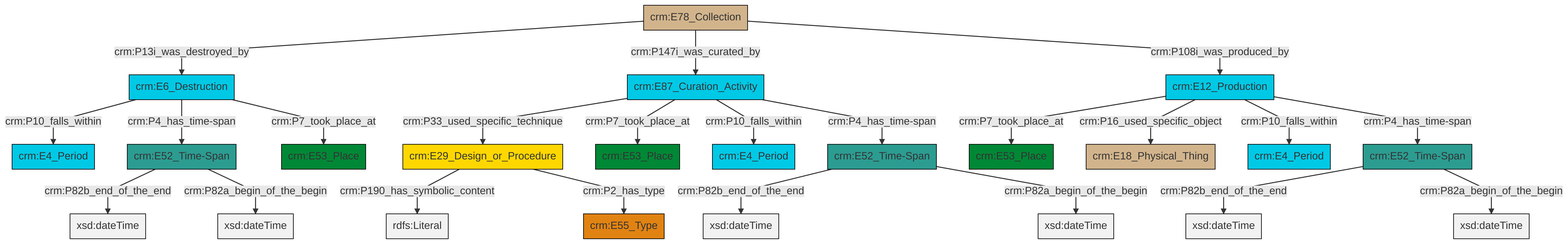
This is et/archivalCSV/ttl/mmd/png/archival_existence.png from swiss-art-research-net/docs.swissartresearch, a Mermaid export, as it was before one commit. Its source is kept beside it as et/archivalCSV/ttl/mmd/archival_existence.ttl.mmd.
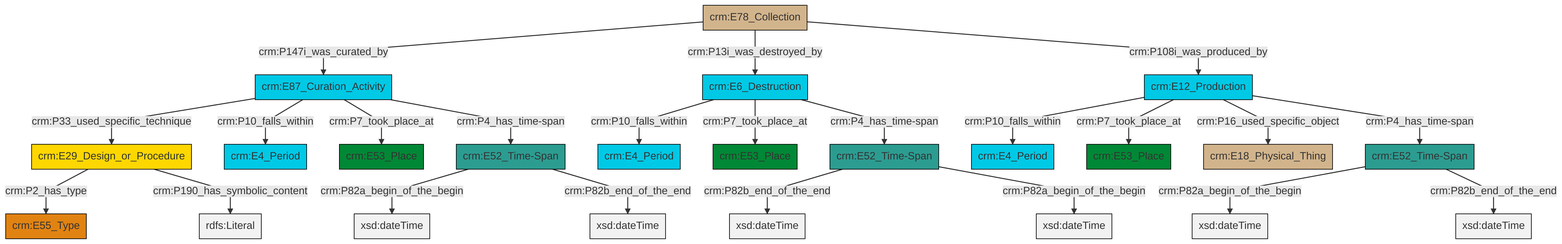
The same diagram one commit later.

What changed in the source:
```diff
@@ -13,25 +13,25 @@
 classDef PC_Classes fill:#4ce600, stroke:#000000;
 classDef Multi fill:#cccccc,stroke:#000000;
 
-0["crm:E52_Time-Span"]:::Time-Span -->|crm:P82b_end_of_the_end| 1[xsd:dateTime]:::Literal
-4["crm:E78_Collection"]:::Physical_Thing -->|crm:P13i_was_destroyed_by| 5["crm:E6_Destruction"]:::Temporal_Entity
-7["crm:E87_Curation_Activity"]:::Temporal_Entity -->|crm:P33_used_specific_technique| 8["crm:E29_Design_or_Procedure"]:::Conceptual_Object
-11["crm:E12_Production"]:::Temporal_Entity -->|crm:P7_took_place_at| 12["crm:E53_Place"]:::Place
-13["crm:E52_Time-Span"]:::Time-Span -->|crm:P82b_end_of_the_end| 14[xsd:dateTime]:::Literal
-5["crm:E6_Destruction"]:::Temporal_Entity -->|crm:P10_falls_within| 15["crm:E4_Period"]:::Temporal_Entity
-11["crm:E12_Production"]:::Temporal_Entity -->|crm:P16_used_specific_object| 9["crm:E18_Physical_Thing"]:::Physical_Thing
-13["crm:E52_Time-Span"]:::Time-Span -->|crm:P82a_begin_of_the_begin| 19[xsd:dateTime]:::Literal
-8["crm:E29_Design_or_Procedure"]:::Conceptual_Object -->|crm:P190_has_symbolic_content| 21[rdfs:Literal]:::Literal
-22["crm:E52_Time-Span"]:::Time-Span -->|crm:P82b_end_of_the_end| 29[xsd:dateTime]:::Literal
-7["crm:E87_Curation_Activity"]:::Temporal_Entity -->|crm:P7_took_place_at| 24["crm:E53_Place"]:::Place
-11["crm:E12_Production"]:::Temporal_Entity -->|crm:P10_falls_within| 30["crm:E4_Period"]:::Temporal_Entity
-0["crm:E52_Time-Span"]:::Time-Span -->|crm:P82a_begin_of_the_begin| 31[xsd:dateTime]:::Literal
-5["crm:E6_Destruction"]:::Temporal_Entity -->|crm:P4_has_time-span| 22["crm:E52_Time-Span"]:::Time-Span
-4["crm:E78_Collection"]:::Physical_Thing -->|crm:P147i_was_curated_by| 7["crm:E87_Curation_Activity"]:::Temporal_Entity
-11["crm:E12_Production"]:::Temporal_Entity -->|crm:P4_has_time-span| 13["crm:E52_Time-Span"]:::Time-Span
-8["crm:E29_Design_or_Procedure"]:::Conceptual_Object -->|crm:P2_has_type| 27["crm:E55_Type"]:::Type
-4["crm:E78_Collection"]:::Physical_Thing -->|crm:P108i_was_produced_by| 11["crm:E12_Production"]:::Temporal_Entity
-7["crm:E87_Curation_Activity"]:::Temporal_Entity -->|crm:P10_falls_within| 34["crm:E4_Period"]:::Temporal_Entity
-22["crm:E52_Time-Span"]:::Time-Span -->|crm:P82a_begin_of_the_begin| 37[xsd:dateTime]:::Literal
-7["crm:E87_Curation_Activity"]:::Temporal_Entity -->|crm:P4_has_time-span| 0["crm:E52_Time-Span"]:::Time-Span
-5["crm:E6_Destruction"]:::Temporal_Entity -->|crm:P7_took_place_at| 2["crm:E53_Place"]:::Place
+0["crm:E78_Collection"]:::Physical_Thing -->|crm:P147i_was_curated_by| 1["crm:E87_Curation_Activity"]:::Temporal_Entity
+4["crm:E52_Time-Span"]:::Time-Span -->|crm:P82b_end_of_the_end| 5[xsd:dateTime]:::Literal
+6["crm:E52_Time-Span"]:::Time-Span -->|crm:P82a_begin_of_the_begin| 7[xsd:dateTime]:::Literal
+8["crm:E6_Destruction"]:::Temporal_Entity -->|crm:P10_falls_within| 2["crm:E4_Period"]:::Temporal_Entity
+9["crm:E12_Production"]:::Temporal_Entity -->|crm:P10_falls_within| 10["crm:E4_Period"]:::Temporal_Entity
+11["crm:E52_Time-Span"]:::Time-Span -->|crm:P82a_begin_of_the_begin| 12[xsd:dateTime]:::Literal
+13["crm:E29_Design_or_Procedure"]:::Conceptual_Object -->|crm:P2_has_type| 14["crm:E55_Type"]:::Type
+11["crm:E52_Time-Span"]:::Time-Span -->|crm:P82b_end_of_the_end| 16[xsd:dateTime]:::Literal
+1["crm:E87_Curation_Activity"]:::Temporal_Entity -->|crm:P33_used_specific_technique| 13["crm:E29_Design_or_Procedure"]:::Conceptual_Object
+4["crm:E52_Time-Span"]:::Time-Span -->|crm:P82a_begin_of_the_begin| 17[xsd:dateTime]:::Literal
+9["crm:E12_Production"]:::Temporal_Entity -->|crm:P7_took_place_at| 19["crm:E53_Place"]:::Place
+9["crm:E12_Production"]:::Temporal_Entity -->|crm:P16_used_specific_object| 23["crm:E18_Physical_Thing"]:::Physical_Thing
+0["crm:E78_Collection"]:::Physical_Thing -->|crm:P13i_was_destroyed_by| 8["crm:E6_Destruction"]:::Temporal_Entity
+9["crm:E12_Production"]:::Temporal_Entity -->|crm:P4_has_time-span| 6["crm:E52_Time-Span"]:::Time-Span
+13["crm:E29_Design_or_Procedure"]:::Conceptual_Object -->|crm:P190_has_symbolic_content| 26[rdfs:Literal]:::Literal
+8["crm:E6_Destruction"]:::Temporal_Entity -->|crm:P7_took_place_at| 24["crm:E53_Place"]:::Place
+8["crm:E6_Destruction"]:::Temporal_Entity -->|crm:P4_has_time-span| 4["crm:E52_Time-Span"]:::Time-Span
+1["crm:E87_Curation_Activity"]:::Temporal_Entity -->|crm:P10_falls_within| 27["crm:E4_Period"]:::Temporal_Entity
+1["crm:E87_Curation_Activity"]:::Temporal_Entity -->|crm:P7_took_place_at| 30["crm:E53_Place"]:::Place
+6["crm:E52_Time-Span"]:::Time-Span -->|crm:P82b_end_of_the_end| 36[xsd:dateTime]:::Literal
+1["crm:E87_Curation_Activity"]:::Temporal_Entity -->|crm:P4_has_time-span| 11["crm:E52_Time-Span"]:::Time-Span
+0["crm:E78_Collection"]:::Physical_Thing -->|crm:P108i_was_produced_by| 9["crm:E12_Production"]:::Temporal_Entity
```
